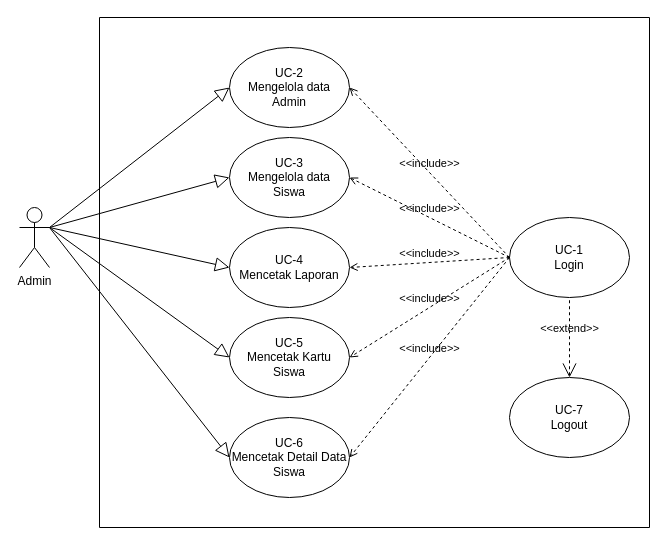
XxGembelxX/Rancangan_KP keeps this draw.io diagram as Usecase admin.drawio. Above is the earlier version. Source tidied: cells renumbered, new cells numbered last; positions are measured from the earlier drawing's top-left corner, leaving out a move shared by most shapes. Both pictures are drawn from the tidied source at 100%, with x=0, y=0 at pixel (19, 17).
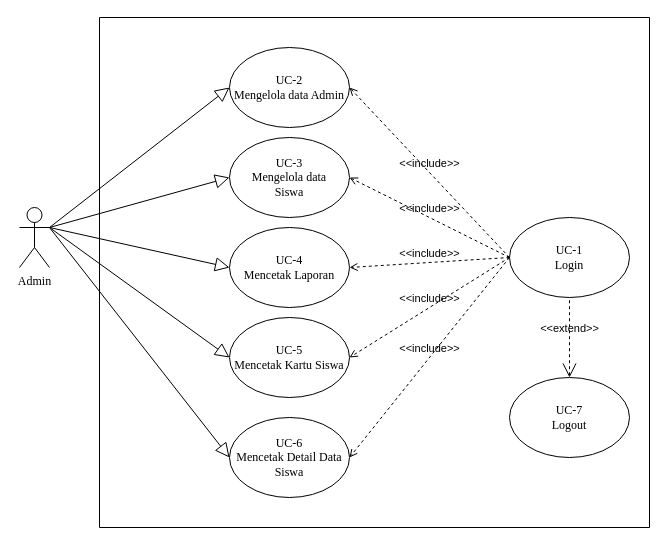
After the change.

The change refers to these unchanged cells:
```xml
<mxCell id="6" style="swimlane;startSize=0;" parent="1" vertex="1">
  <mxGeometry x="80" width="550" height="510" as="geometry" />
</mxCell>
```

The edit, as a diff of the source:
```diff
@@
-    <mxCell id="2" value="Admin" style="shape=umlActor;verticalLabelPosition=bottom;verticalAlign=top;html=1;outlineConnect=0;" parent="1" vertex="1">
+    <mxCell id="2" value="&lt;font face=&quot;Times New Roman&quot;&gt;Admin&lt;/font&gt;" style="shape=umlActor;verticalLabelPosition=bottom;verticalAlign=top;html=1;outlineConnect=0;" parent="1" vertex="1">
       <mxGeometry y="190" width="30" height="60" as="geometry" />
     </mxCell>
-    <mxCell id="3" value="UC-2&lt;br&gt;Mengelola data Admin" style="ellipse;whiteSpace=wrap;html=1;" parent="1" vertex="1">
+    <mxCell id="3" value="&lt;font face=&quot;Times New Roman&quot;&gt;UC-2&lt;br&gt;Mengelola data Admin&lt;/font&gt;" style="ellipse;whiteSpace=wrap;html=1;" parent="1" vertex="1">
       <mxGeometry x="210" y="30" width="120" height="80" as="geometry" />
     </mxCell>
-    <mxCell id="4" value="UC-3&lt;br&gt;Mengelola data &lt;br&gt;Siswa" style="ellipse;whiteSpace=wrap;html=1;" parent="1" vertex="1">
+    <mxCell id="4" value="&lt;font face=&quot;Times New Roman&quot;&gt;UC-3&lt;br&gt;Mengelola data &lt;br&gt;Siswa&lt;/font&gt;" style="ellipse;whiteSpace=wrap;html=1;" parent="1" vertex="1">
       <mxGeometry x="210" y="120" width="120" height="80" as="geometry" />
     </mxCell>
-    <mxCell id="5" value="UC-4&lt;br&gt;Mencetak Laporan" style="ellipse;whiteSpace=wrap;html=1;" parent="1" vertex="1">
+    <mxCell id="5" value="&lt;font face=&quot;Times New Roman&quot;&gt;UC-4&lt;br&gt;Mencetak Laporan&lt;/font&gt;" style="ellipse;whiteSpace=wrap;html=1;" parent="1" vertex="1">
       <mxGeometry x="210" y="210" width="120" height="80" as="geometry" />
     </mxCell>
@@
-    <mxCell id="7" value="UC-1&lt;br&gt;Login" style="ellipse;whiteSpace=wrap;html=1;fontStyle=0;" parent="6" vertex="1">
+    <mxCell id="7" value="&lt;font face=&quot;Times New Roman&quot;&gt;UC-1&lt;br&gt;Login&lt;/font&gt;" style="ellipse;whiteSpace=wrap;html=1;fontStyle=0;" parent="6" vertex="1">
       <mxGeometry x="410" y="200" width="120" height="80" as="geometry" />
     </mxCell>
-    <mxCell id="8" value="UC-7&lt;br&gt;Logout" style="ellipse;whiteSpace=wrap;html=1;fontStyle=0;" parent="6" vertex="1">
+    <mxCell id="8" value="&lt;font face=&quot;Times New Roman&quot;&gt;UC-7&lt;br&gt;Logout&lt;/font&gt;" style="ellipse;whiteSpace=wrap;html=1;fontStyle=0;" parent="6" vertex="1">
       <mxGeometry x="410" y="360" width="120" height="80" as="geometry" />
     </mxCell>
@@
-    <mxCell id="10" value="UC-5&lt;br&gt;Mencetak Kartu Siswa" style="ellipse;whiteSpace=wrap;html=1;" parent="6" vertex="1">
+    <mxCell id="10" value="&lt;font face=&quot;Times New Roman&quot;&gt;UC-5&lt;br&gt;Mencetak Kartu Siswa&lt;/font&gt;" style="ellipse;whiteSpace=wrap;html=1;" parent="6" vertex="1">
       <mxGeometry x="130" y="300" width="120" height="80" as="geometry" />
     </mxCell>
@@
-    <mxCell id="12" value="UC-6&lt;br&gt;Mencetak Detail Data Siswa" style="ellipse;whiteSpace=wrap;html=1;" parent="6" vertex="1">
+    <mxCell id="12" value="&lt;font face=&quot;Times New Roman&quot;&gt;UC-6&lt;br&gt;Mencetak Detail Data Siswa&lt;/font&gt;" style="ellipse;whiteSpace=wrap;html=1;" parent="6" vertex="1">
       <mxGeometry x="130" y="400" width="120" height="80" as="geometry" />
     </mxCell>
```
